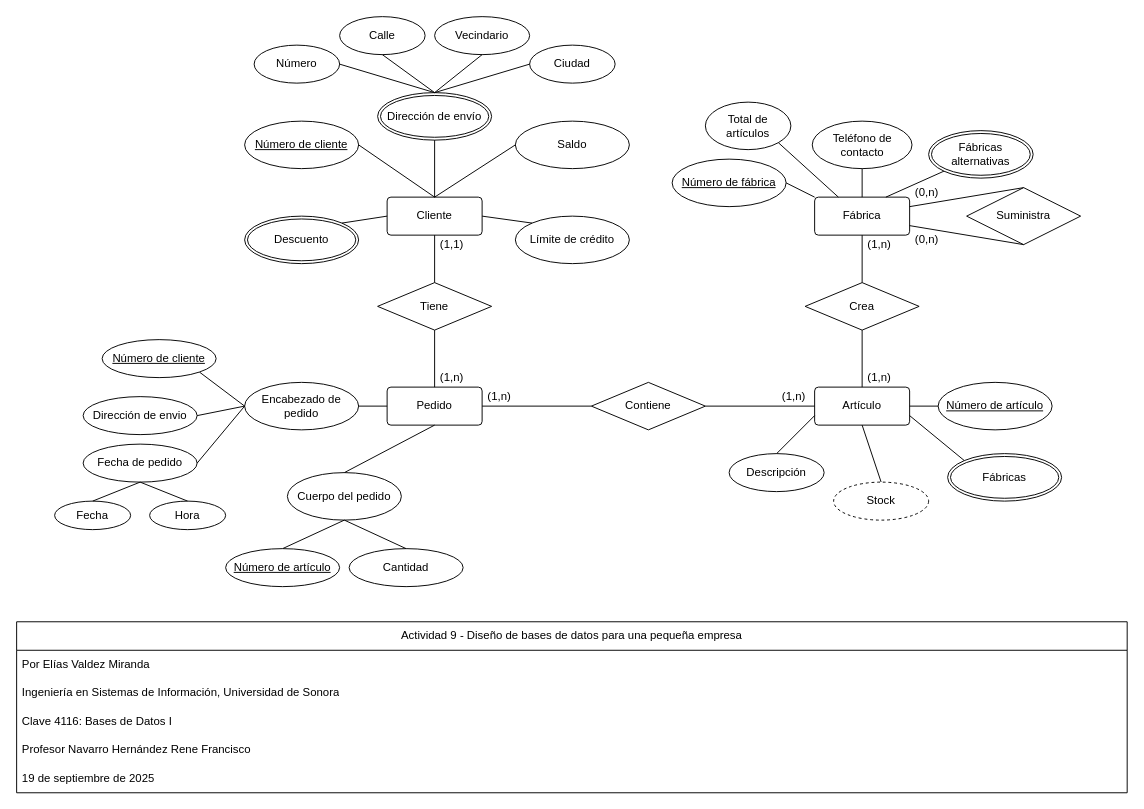
EliasValdezMiranda/Bases_de_Datos_I_Elias_Valdez_Miranda keeps this draw.io diagram as 09.- Diseño de bases de datos para una pequeña empresa/09.- Diseño de bases de datos para una pequeña empresa.drawio. Above is the earlier version. Source tidied: cells renumbered, new cells numbered last; positions are measured from the earlier drawing's top-left corner, leaving out a move shared by most shapes. Both pictures are drawn from the tidied source at 95%, with x=0, y=0 at pixel (16, 16).
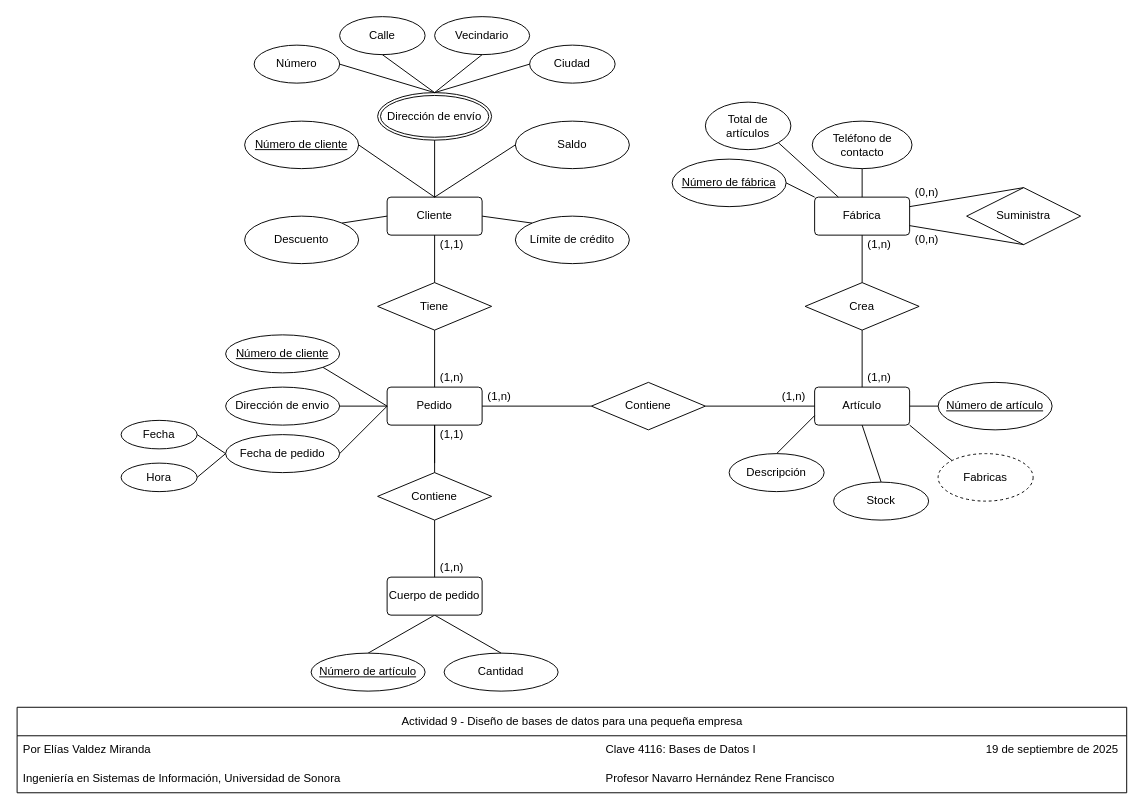
Above is the later version.

Commit message (it also covers changes not shown here):
Correcciones + Entidad "Cuerpo de pedido" agregada

Unchanged cells that the change refers to:
```xml
<mxCell id="9" value="Artículo" style="rounded=1;arcSize=10;whiteSpace=wrap;html=1;align=center;" parent="1" vertex="1">
  <mxGeometry x="840" y="390" width="100" height="40" as="geometry" />
</mxCell>
<mxCell id="10" value="Pedido" style="rounded=1;arcSize=10;whiteSpace=wrap;html=1;align=center;" parent="1" vertex="1">
  <mxGeometry x="390" y="390" width="100" height="40" as="geometry" />
</mxCell>
<mxCell id="11" value="Fábrica" style="rounded=1;arcSize=10;whiteSpace=wrap;html=1;align=center;" parent="1" vertex="1">
  <mxGeometry x="840" y="190" width="100" height="40" as="geometry" />
</mxCell>
```

Change to the diagram source:
```diff
@@
     <mxCell id="2" value="Actividad 9 - Diseño de bases de datos para una pequeña empresa" style="swimlane;fontStyle=0;horizontal=1;startSize=30;whiteSpace=wrap;html=1;" parent="1" vertex="1">
-      <mxGeometry y="637" width="1169" height="180" as="geometry" />
+      <mxGeometry x="0.5" y="727" width="1168" height="90" as="geometry" />
     </mxCell>
-    <mxCell id="3" value="Por Elías Valdez Miranda" style="text;strokeColor=none;fillColor=none;align=left;verticalAlign=middle;spacingLeft=4;spacingRight=4;overflow=hidden;whiteSpace=wrap;html=1;" parent="2" vertex="1">
-      <mxGeometry y="30" width="1169" height="30" as="geometry" />
+    <mxCell id="3" value="Por Elías Valdez Miranda&lt;span style=&quot;white-space: pre;&quot;&gt;&#9;&lt;/span&gt;&lt;span style=&quot;white-space: pre;&quot;&gt;&#9;&lt;/span&gt;&lt;span style=&quot;white-space: pre;&quot;&gt;&#9;&lt;/span&gt;&lt;span style=&quot;white-space: pre;&quot;&gt;&#9;&lt;/span&gt;&lt;span style=&quot;white-space: pre;&quot;&gt;&#9;&lt;/span&gt;&lt;span style=&quot;white-space: pre;&quot;&gt;&#9;&lt;/span&gt;&lt;span style=&quot;white-space: pre;&quot;&gt;&#9;&lt;/span&gt;&lt;span style=&quot;white-space: pre;&quot;&gt;&#9;&lt;/span&gt;&lt;span style=&quot;white-space: pre;&quot;&gt;&#9;&lt;/span&gt;&lt;span style=&quot;white-space: pre;&quot;&gt;&#9;&lt;/span&gt;&lt;span style=&quot;white-space: pre;&quot;&gt;&#9;&lt;/span&gt;&lt;span style=&quot;white-space: pre;&quot;&gt;&#9;&lt;/span&gt;&lt;span style=&quot;white-space: pre;&quot;&gt;&#9;&lt;/span&gt;&lt;span style=&quot;white-space: pre;&quot;&gt;&#9;&lt;/span&gt;&lt;span style=&quot;white-space: pre;&quot;&gt;&#9;&lt;/span&gt;&lt;span style=&quot;white-space: pre;&quot;&gt;&#9;&lt;/span&gt;&lt;span style=&quot;white-space: pre;&quot;&gt;&#9;&lt;/span&gt;&lt;span style=&quot;white-space: pre;&quot;&gt;&#9;&lt;/span&gt;Clave 4116: Bases de Datos I&lt;span style=&quot;white-space: pre;&quot;&gt;&#9;&lt;/span&gt;&lt;span style=&quot;white-space: pre;&quot;&gt;&#9;&lt;/span&gt;&lt;span style=&quot;white-space: pre;&quot;&gt;&#9;&lt;/span&gt;&lt;span style=&quot;white-space: pre;&quot;&gt;&#9;&lt;/span&gt;&lt;span style=&quot;white-space: pre;&quot;&gt;&#9;&lt;/span&gt;&lt;span style=&quot;white-space: pre;&quot;&gt;&#9;&lt;/span&gt;&lt;span style=&quot;white-space: pre;&quot;&gt;&#9;&lt;/span&gt;&lt;span style=&quot;white-space: pre;&quot;&gt;&#9;&lt;/span&gt;&lt;span style=&quot;white-space: pre;&quot;&gt;&#9;&lt;span style=&quot;white-space: pre;&quot;&gt;&#9;&lt;/span&gt;&lt;/span&gt;19 de septiembre de 2025" style="text;strokeColor=none;fillColor=none;align=left;verticalAlign=middle;spacingLeft=4;spacingRight=4;overflow=hidden;whiteSpace=wrap;html=1;" parent="2" vertex="1">
+      <mxGeometry y="30" width="1168" height="30" as="geometry" />
     </mxCell>
-    <mxCell id="4" value="Ingeniería en Sistemas de Información, Universidad de Sonora" style="text;strokeColor=none;fillColor=none;align=left;verticalAlign=middle;spacingLeft=4;spacingRight=4;overflow=hidden;whiteSpace=wrap;html=1;" parent="2" vertex="1">
-      <mxGeometry y="60" width="1169" height="30" as="geometry" />
+    <mxCell id="4" value="Ingeniería en Sistemas de Información, Universidad de Sonora&lt;span style=&quot;white-space: pre;&quot;&gt;&#9;&lt;/span&gt;&lt;span style=&quot;white-space: pre;&quot;&gt;&#9;&lt;/span&gt;&lt;span style=&quot;white-space: pre;&quot;&gt;&#9;&lt;/span&gt;&lt;span style=&quot;white-space: pre;&quot;&gt;&#9;&lt;/span&gt;&lt;span style=&quot;white-space: pre;&quot;&gt;&#9;&lt;/span&gt;&lt;span style=&quot;white-space: pre;&quot;&gt;&#9;&lt;/span&gt;&lt;span style=&quot;white-space: pre;&quot;&gt;&#9;&lt;/span&gt;&lt;span style=&quot;white-space: pre;&quot;&gt;&#9;&lt;/span&gt;&lt;span style=&quot;white-space: pre;&quot;&gt;&#9;&lt;/span&gt;&lt;span style=&quot;white-space: pre;&quot;&gt;&#9;&lt;/span&gt;&lt;span style=&quot;white-space: pre;&quot;&gt;&#9;&lt;/span&gt;Profesor Navarro Hernández Rene Francisco" style="text;strokeColor=none;fillColor=none;align=left;verticalAlign=middle;spacingLeft=4;spacingRight=4;overflow=hidden;whiteSpace=wrap;html=1;" parent="2" vertex="1">
+      <mxGeometry y="60" width="1168" height="30" as="geometry" />
     </mxCell>
-    <mxCell id="5" value="Clave 4116: Bases de Datos I" style="text;strokeColor=none;fillColor=none;align=left;verticalAlign=middle;spacingLeft=4;spacingRight=4;overflow=hidden;whiteSpace=wrap;html=1;" parent="2" vertex="1">
-      <mxGeometry y="90" width="1169" height="30" as="geometry" />
-    </mxCell>
-    <mxCell id="6" value="Profesor Navarro Hernández Rene Francisco" style="text;strokeColor=none;fillColor=none;align=left;verticalAlign=middle;spacingLeft=4;spacingRight=4;overflow=hidden;whiteSpace=wrap;html=1;" parent="2" vertex="1">
-      <mxGeometry y="120" width="1169" height="30" as="geometry" />
-    </mxCell>
-    <mxCell id="7" value="19 de septiembre de 2025" style="text;strokeColor=none;fillColor=none;align=left;verticalAlign=middle;spacingLeft=4;spacingRight=4;overflow=hidden;whiteSpace=wrap;html=1;" parent="2" vertex="1">
-      <mxGeometry y="150" width="1169" height="30" as="geometry" />
-    </mxCell>
@@
-    <mxCell id="26" value="Descuento" style="ellipse;shape=doubleEllipse;margin=3;whiteSpace=wrap;html=1;align=center;" parent="1" vertex="1">
-      <mxGeometry x="240" y="210" width="120" height="50" as="geometry" />
-    </mxCell>
@@
-    <mxCell id="31" value="Encabezado de pedido" style="ellipse;whiteSpace=wrap;html=1;align=center;" parent="1" vertex="1">
-      <mxGeometry x="240" y="385" width="120" height="50" as="geometry" />
-    </mxCell>
-    <mxCell id="32" value="Cuerpo del pedido" style="ellipse;whiteSpace=wrap;html=1;align=center;" parent="1" vertex="1">
-      <mxGeometry x="285" y="480" width="120" height="50" as="geometry" />
-    </mxCell>
     <mxCell id="33" value="Dirección de envio" style="ellipse;whiteSpace=wrap;html=1;align=center;" parent="1" vertex="1">
-      <mxGeometry x="70" y="400" width="120" height="40" as="geometry" />
+      <mxGeometry x="220" y="390" width="120" height="40" as="geometry" />
     </mxCell>
     <mxCell id="34" value="Fecha de pedido" style="ellipse;whiteSpace=wrap;html=1;align=center;" parent="1" vertex="1">
-      <mxGeometry x="70" y="450" width="120" height="40" as="geometry" />
+      <mxGeometry x="220" y="440" width="120" height="40" as="geometry" />
     </mxCell>
     <mxCell id="35" value="Fecha" style="ellipse;whiteSpace=wrap;html=1;align=center;" parent="1" vertex="1">
-      <mxGeometry x="40" y="510" width="80" height="30" as="geometry" />
+      <mxGeometry x="110" y="425" width="80" height="30" as="geometry" />
     </mxCell>
     <mxCell id="36" value="Hora" style="ellipse;whiteSpace=wrap;html=1;align=center;" parent="1" vertex="1">
-      <mxGeometry x="140" y="510" width="80" height="30" as="geometry" />
+      <mxGeometry x="110" y="470" width="80" height="30" as="geometry" />
     </mxCell>
-    <mxCell id="37" style="endArrow=none;html=1;rounded=0;entryX=0;entryY=0.5;entryDx=0;entryDy=0;exitX=1;exitY=1;exitDx=0;exitDy=0;" parent="1" edge="1" source="76" target="31">
-      <mxGeometry relative="1" as="geometry" />
+    <mxCell id="37" style="endArrow=none;html=1;rounded=0;entryX=0;entryY=0.5;entryDx=0;entryDy=0;exitX=1;exitY=1;exitDx=0;exitDy=0;" parent="1" edge="1" source="76">
+      <mxGeometry relative="1" as="geometry">
+        <mxPoint x="390" y="410" as="targetPoint" />
+      </mxGeometry>
     </mxCell>
     <mxCell id="38" style="endArrow=none;html=1;rounded=0;exitX=1;exitY=0.5;exitDx=0;exitDy=0;" parent="1" edge="1" source="33">
       <mxGeometry relative="1" as="geometry">
-        <mxPoint x="240" y="410" as="targetPoint" />
+        <mxPoint x="390" y="410" as="targetPoint" />
       </mxGeometry>
     </mxCell>
-    <mxCell id="39" style="endArrow=none;html=1;rounded=0;exitX=1;exitY=0.5;exitDx=0;exitDy=0;entryX=0;entryY=0.5;entryDx=0;entryDy=0;" parent="1" edge="1" source="34" target="31">
-      <mxGeometry relative="1" as="geometry" />
+    <mxCell id="39" style="endArrow=none;html=1;rounded=0;exitX=1;exitY=0.5;exitDx=0;exitDy=0;entryX=0;entryY=0.5;entryDx=0;entryDy=0;" parent="1" edge="1" source="34">
+      <mxGeometry relative="1" as="geometry">
+        <mxPoint x="390" y="410" as="targetPoint" />
+      </mxGeometry>
     </mxCell>
-    <mxCell id="40" style="endArrow=none;html=1;rounded=0;exitX=0.5;exitY=1;exitDx=0;exitDy=0;entryX=0.5;entryY=0;entryDx=0;entryDy=0;" parent="1" edge="1" source="34" target="35">
+    <mxCell id="40" style="endArrow=none;html=1;rounded=0;exitX=0;exitY=0.5;exitDx=0;exitDy=0;entryX=1;entryY=0.5;entryDx=0;entryDy=0;" parent="1" edge="1" source="34" target="35">
       <mxGeometry relative="1" as="geometry" />
     </mxCell>
-    <mxCell id="41" style="endArrow=none;html=1;rounded=0;exitX=0.5;exitY=1;exitDx=0;exitDy=0;entryX=0.5;entryY=0;entryDx=0;entryDy=0;" parent="1" edge="1" source="34" target="36">
+    <mxCell id="41" style="endArrow=none;html=1;rounded=0;exitX=0;exitY=0.5;exitDx=0;exitDy=0;entryX=1;entryY=0.5;entryDx=0;entryDy=0;" parent="1" edge="1" source="34" target="36">
       <mxGeometry relative="1" as="geometry" />
     </mxCell>
-    <mxCell id="42" style="endArrow=none;html=1;rounded=0;exitX=1;exitY=0.5;exitDx=0;exitDy=0;entryX=0;entryY=0.5;entryDx=0;entryDy=0;" parent="1" edge="1" source="31" target="10">
-      <mxGeometry relative="1" as="geometry" />
-    </mxCell>
-    <mxCell id="43" style="endArrow=none;html=1;rounded=0;exitX=0.5;exitY=0;exitDx=0;exitDy=0;entryX=0.5;entryY=1;entryDx=0;entryDy=0;" parent="1" edge="1" source="32" target="10">
-      <mxGeometry relative="1" as="geometry" />
+    <mxCell id="43" style="endArrow=none;html=1;rounded=0;entryX=0.5;entryY=1;entryDx=0;entryDy=0;" parent="1" edge="1" target="10">
+      <mxGeometry relative="1" as="geometry">
+        <mxPoint x="440" y="470" as="sourcePoint" />
+      </mxGeometry>
     </mxCell>
     <mxCell id="44" value="Cantidad" style="ellipse;whiteSpace=wrap;html=1;align=center;" parent="1" vertex="1">
-      <mxGeometry x="350" y="560" width="120" height="40" as="geometry" />
+      <mxGeometry x="450" y="670" width="120" height="40" as="geometry" />
     </mxCell>
-    <mxCell id="45" style="endArrow=none;html=1;rounded=0;exitX=0.5;exitY=0;exitDx=0;exitDy=0;entryX=0.5;entryY=1;entryDx=0;entryDy=0;" parent="1" edge="1" source="77" target="32">
+    <mxCell id="45" style="endArrow=none;html=1;rounded=0;exitX=0.5;exitY=0;exitDx=0;exitDy=0;entryX=0.5;entryY=1;entryDx=0;entryDy=0;" parent="1" edge="1" source="77" target="84">
       <mxGeometry relative="1" as="geometry" />
     </mxCell>
-    <mxCell id="46" style="endArrow=none;html=1;rounded=0;exitX=0.5;exitY=1;exitDx=0;exitDy=0;entryX=0.5;entryY=0;entryDx=0;entryDy=0;" parent="1" edge="1" source="32" target="44">
+    <mxCell id="46" style="endArrow=none;html=1;rounded=0;exitX=0.5;exitY=1;exitDx=0;exitDy=0;entryX=0.5;entryY=0;entryDx=0;entryDy=0;" parent="1" edge="1" source="84" target="44">
       <mxGeometry relative="1" as="geometry" />
     </mxCell>
@@
-    <mxCell id="60" value="Fábricas" style="ellipse;shape=doubleEllipse;margin=3;whiteSpace=wrap;html=1;align=center;" parent="1" vertex="1">
-      <mxGeometry x="980" y="460" width="120" height="50" as="geometry" />
-    </mxCell>
-    <mxCell id="61" style="endArrow=none;html=1;rounded=0;exitX=0;exitY=0;exitDx=0;exitDy=0;entryX=1;entryY=0.75;entryDx=0;entryDy=0;" parent="1" edge="1" source="60" target="9">
-      <mxGeometry relative="1" as="geometry" />
-    </mxCell>
-    <mxCell id="62" value="Fábricas alternativas" style="ellipse;shape=doubleEllipse;margin=3;whiteSpace=wrap;html=1;align=center;" parent="1" vertex="1">
-      <mxGeometry x="960" y="120" width="110" height="50" as="geometry" />
-    </mxCell>
-    <mxCell id="63" style="endArrow=none;html=1;rounded=0;entryX=0;entryY=1;entryDx=0;entryDy=0;exitX=0.75;exitY=0;exitDx=0;exitDy=0;" parent="1" edge="1" source="11" target="62">
-      <mxGeometry relative="1" as="geometry" />
-    </mxCell>
@@
     <mxCell id="76" value="Número de cliente" style="ellipse;whiteSpace=wrap;html=1;align=center;fontStyle=4;" parent="1" vertex="1">
-      <mxGeometry x="90" y="340" width="120" height="40" as="geometry" />
+      <mxGeometry x="220" y="335" width="120" height="40" as="geometry" />
     </mxCell>
     <mxCell id="77" value="Número de artículo" style="ellipse;whiteSpace=wrap;html=1;align=center;fontStyle=4;" parent="1" vertex="1">
-      <mxGeometry x="220" y="560" width="120" height="40" as="geometry" />
+      <mxGeometry x="310" y="670" width="120" height="40" as="geometry" />
     </mxCell>
@@
-    <mxCell id="81" value="Stock" style="ellipse;whiteSpace=wrap;html=1;align=center;dashed=1;" parent="1" vertex="1">
-      <mxGeometry x="860" y="490" width="100" height="40" as="geometry" />
-    </mxCell>
@@
+    <mxCell id="26" value="Descuento" style="ellipse;whiteSpace=wrap;html=1;align=center;" parent="1" vertex="1">
+      <mxGeometry x="240" y="210" width="120" height="50" as="geometry" />
+    </mxCell>
+    <mxCell id="84" value="Cuerpo de pedido" style="rounded=1;arcSize=10;whiteSpace=wrap;html=1;align=center;" parent="1" vertex="1">
+      <mxGeometry x="390" y="590" width="100" height="40" as="geometry" />
+    </mxCell>
+    <mxCell id="85" value="Contiene" style="shape=rhombus;perimeter=rhombusPerimeter;whiteSpace=wrap;html=1;align=center;" parent="1" vertex="1">
+      <mxGeometry x="380" y="480" width="120" height="50" as="geometry" />
+    </mxCell>
+    <mxCell id="86" style="endArrow=none;html=1;rounded=0;entryX=0.5;entryY=1;entryDx=0;entryDy=0;exitX=0.5;exitY=0;exitDx=0;exitDy=0;" parent="1" edge="1" source="85">
+      <mxGeometry relative="1" as="geometry">
+        <mxPoint x="440" y="430" as="targetPoint" />
+      </mxGeometry>
+    </mxCell>
+    <mxCell id="87" style="endArrow=none;html=1;rounded=0;exitX=0.5;exitY=1;exitDx=0;exitDy=0;entryX=0.5;entryY=0;entryDx=0;entryDy=0;" parent="1" edge="1" source="85" target="84">
+      <mxGeometry relative="1" as="geometry" />
+    </mxCell>
+    <mxCell id="88" value="(1,n)" style="text;strokeColor=none;fillColor=none;align=left;verticalAlign=middle;spacingLeft=4;spacingRight=4;overflow=hidden;whiteSpace=wrap;html=1;" parent="1" vertex="1">
+      <mxGeometry x="440" y="570" width="40" height="20" as="geometry" />
+    </mxCell>
+    <mxCell id="89" value="(1,1)" style="text;strokeColor=none;fillColor=none;align=left;verticalAlign=middle;spacingLeft=4;spacingRight=4;overflow=hidden;whiteSpace=wrap;html=1;" parent="1" vertex="1">
+      <mxGeometry x="440" y="430" width="40" height="20" as="geometry" />
+    </mxCell>
+    <mxCell id="81" value="Stock" style="ellipse;whiteSpace=wrap;html=1;align=center;" parent="1" vertex="1">
+      <mxGeometry x="860" y="490" width="100" height="40" as="geometry" />
+    </mxCell>
+    <mxCell id="90" value="Fabricas" style="ellipse;whiteSpace=wrap;html=1;align=center;dashed=1;" parent="1" vertex="1">
+      <mxGeometry x="970" y="460" width="100" height="50" as="geometry" />
+    </mxCell>
+    <mxCell id="91" style="endArrow=none;html=1;rounded=0;entryX=1;entryY=1;entryDx=0;entryDy=0;exitX=0;exitY=0;exitDx=0;exitDy=0;" parent="1" edge="1" source="90" target="9">
+      <mxGeometry relative="1" as="geometry" />
+    </mxCell>
```
